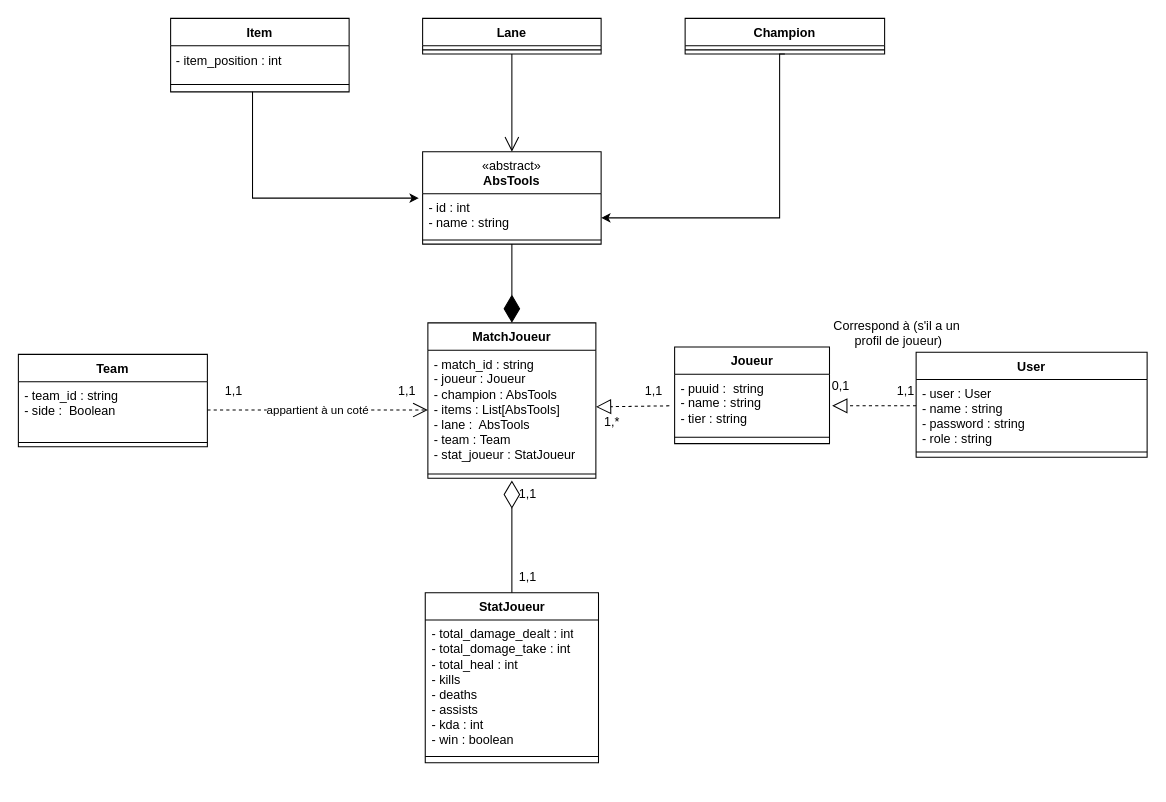
Earlier version of the draw.io diagram Image Prod/League of legends.drawio (Niyo-D-JC/HelpWork). Source tidied: cells renumbered, new cells numbered last; positions are measured from the earlier drawing's top-left corner, leaving out a move shared by most shapes. Both pictures are drawn from the tidied source at 105%, with x=0, y=0 at pixel (18, 18).
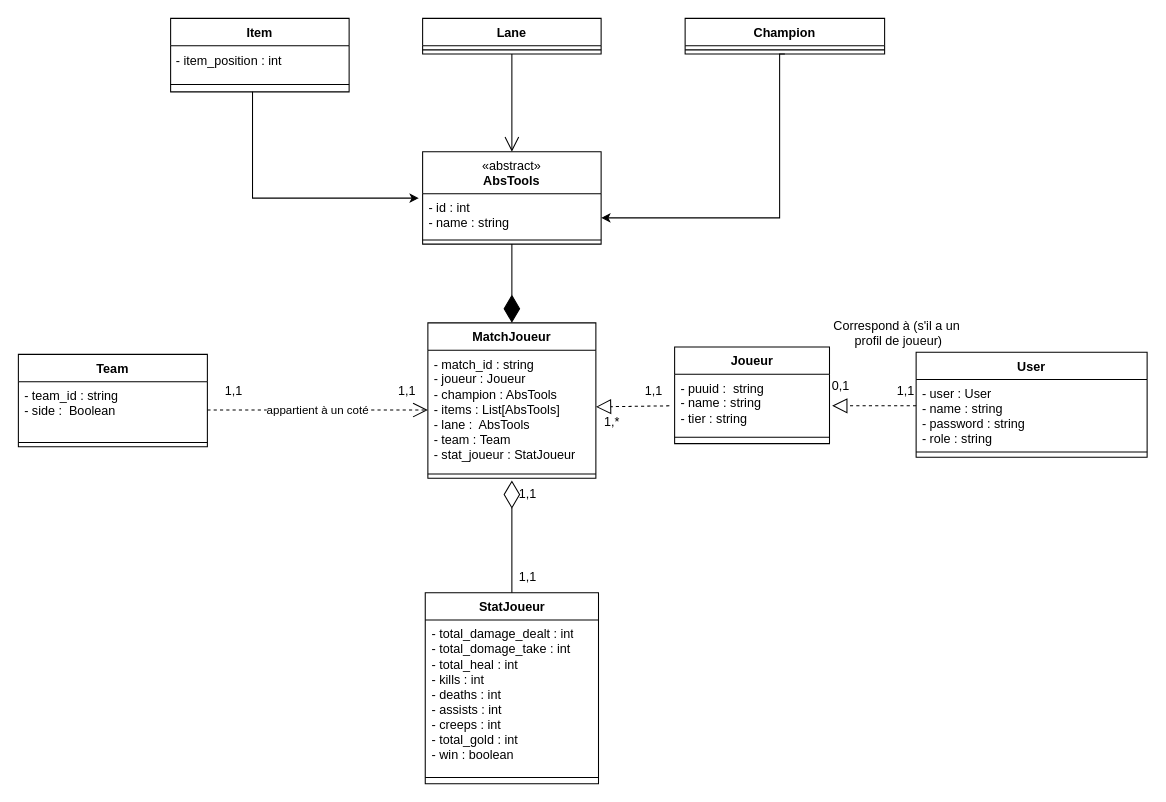
The same diagram, later.

Commit message:
Mettre à jour League of legends.drawio

Change to the diagram source:
```diff
@@
     <mxCell id="2" value="StatJoueur" style="swimlane;fontStyle=1;align=center;verticalAlign=top;horizontal=1;startSize=26;whiteSpace=wrap;html=1;" parent="1" vertex="1">
-      <mxGeometry x="387.5" y="547" width="165" height="162" as="geometry" />
+      <mxGeometry x="387.5" y="547" width="165" height="182" as="geometry" />
     </mxCell>
-    <mxCell id="3" value="- total_damage_dealt : int&lt;br&gt;- total_domage_take : int&lt;br&gt;- total_heal : int&lt;br&gt;- kills&lt;br&gt;- deaths&lt;br&gt;- assists&lt;br&gt;- kda : int&lt;br&gt;- win : boolean" style="text;strokeColor=none;fillColor=none;align=left;verticalAlign=top;spacingLeft=4;spacingRight=4;overflow=hidden;whiteSpace=wrap;html=1;" parent="2" vertex="1">
-      <mxGeometry y="26" width="165" height="124" as="geometry" />
+    <mxCell id="3" value="- total_damage_dealt : int&lt;br&gt;- total_domage_take : int&lt;br&gt;- total_heal : int&lt;br&gt;- kills : int&lt;br&gt;- deaths : int&lt;br&gt;- assists : int&lt;br&gt;-&amp;nbsp;creeps : int&lt;br&gt;-&amp;nbsp;total_gold : int&lt;br&gt;- win : boolean" style="text;strokeColor=none;fillColor=none;align=left;verticalAlign=top;spacingLeft=4;spacingRight=4;overflow=hidden;whiteSpace=wrap;html=1;" parent="2" vertex="1">
+      <mxGeometry y="26" width="165" height="144" as="geometry" />
     </mxCell>
     <mxCell id="4" style="line;strokeWidth=1;fillColor=none;align=left;verticalAlign=middle;spacingTop=-1;spacingLeft=3;spacingRight=3;labelPosition=right;strokeColor=inherit;" parent="2" vertex="1">
-      <mxGeometry y="150" width="165" height="12" as="geometry" />
+      <mxGeometry y="170" width="165" height="12" as="geometry" />
     </mxCell>
```
